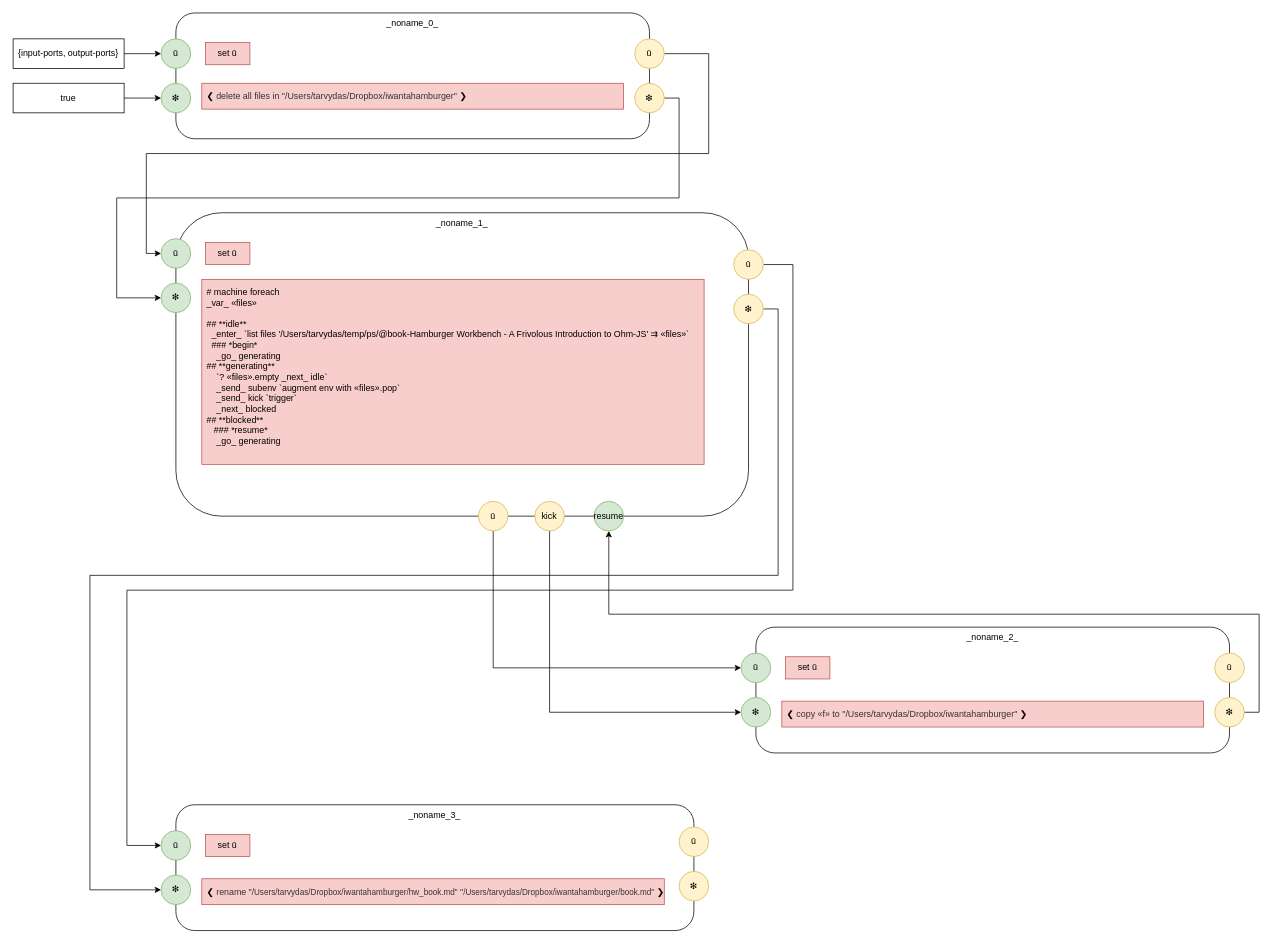
Before: page "4. foreach rewritten as markdown" (4 of 7) of app.drawio in guitarvydas/hamburgerworkbenchT0D, a draw.io diagram. Source tidied: cells renumbered, new cells numbered last; positions are measured from the earlier drawing's top-left corner, leaving out a move shared by most shapes. Both pictures are drawn from the tidied source at 74%, with x=0, y=0 at pixel (13, 13).
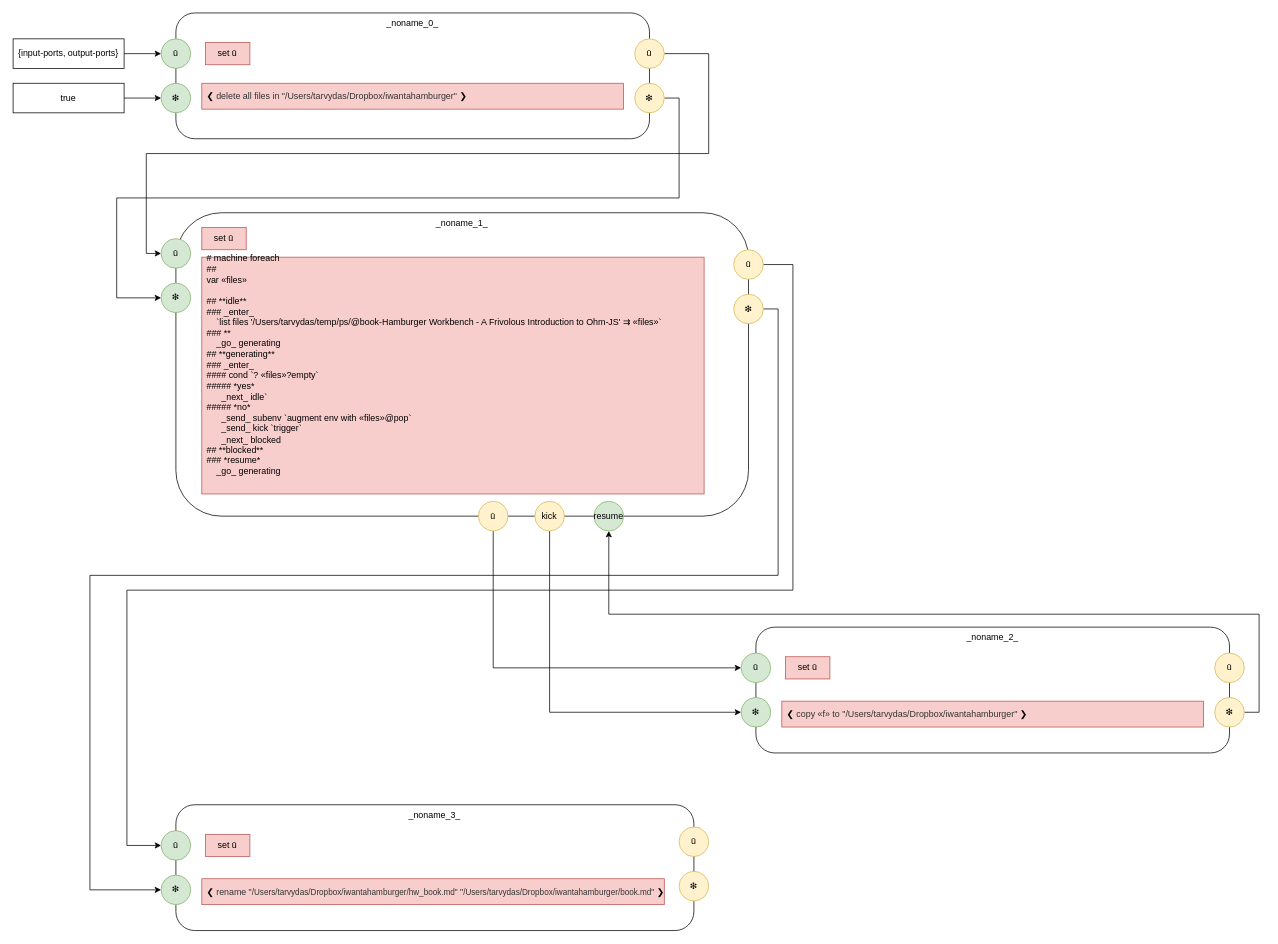
After the change.

Commit message (it also covers changes not shown here):
enter start state

The edit, as a diff of the source:
```diff
@@
-    <mxCell id="7" value="&lt;div&gt;# machine foreach&lt;/div&gt;&lt;div&gt;&lt;/div&gt;_var_ «files»&lt;div&gt;&lt;br&gt;&lt;/div&gt;&lt;div&gt;## **idle**&lt;/div&gt;&lt;div&gt;&amp;nbsp; _enter_ `list files '/Users/tarvydas/temp/ps/@book-Hamburger Workbench - A Frivolous Introduction to Ohm-JS' ⇉ «files»`&lt;br&gt;&lt;/div&gt;&lt;div&gt;&amp;nbsp; ### *begin*&lt;/div&gt;&lt;div&gt;&lt;span&gt;&amp;nbsp; &amp;nbsp; _go_ generating&lt;/span&gt;&lt;br&gt;&lt;/div&gt;&lt;div&gt;## **generating**&lt;/div&gt;&lt;div&gt;&amp;nbsp; &amp;nbsp; `? «files».empty _next_ idle`&lt;/div&gt;&lt;div&gt;&amp;nbsp; &amp;nbsp; _send_ subenv `augment env with «files».pop`&lt;/div&gt;&lt;div&gt;&amp;nbsp; &amp;nbsp; _send_ kick `trigger`&lt;/div&gt;&lt;div&gt;&amp;nbsp; &amp;nbsp; _next_ blocked&lt;/div&gt;&lt;div&gt;## **blocked**&lt;/div&gt;&lt;div&gt;&amp;nbsp; &amp;nbsp;### *resume*&lt;/div&gt;&lt;div&gt;&amp;nbsp; &amp;nbsp; _go_ generating&lt;/div&gt;&lt;div&gt;&lt;br&gt;&lt;/div&gt;" style="rounded=0;whiteSpace=wrap;html=1;align=left;fillColor=#f8cecc;strokeColor=#b85450;spacingLeft=5;" parent="1" vertex="1">
-      <mxGeometry x="255.2" y="360" width="678.8" height="250" as="geometry" />
+    <mxCell id="7" value="&lt;div&gt;&lt;div&gt;# machine foreach&lt;/div&gt;&lt;div&gt;##&amp;nbsp;&lt;/div&gt;&lt;div&gt;var «files»&lt;/div&gt;&lt;div&gt;&lt;br&gt;&lt;/div&gt;&lt;div&gt;## **idle**&lt;/div&gt;&lt;div&gt;### _enter_&lt;/div&gt;&lt;div&gt;&amp;nbsp; &amp;nbsp; `list files '/Users/tarvydas/temp/ps/@book-Hamburger Workbench - A Frivolous Introduction to Ohm-JS' ⇉ «files»`&lt;/div&gt;&lt;div&gt;### **&lt;/div&gt;&lt;div&gt;&amp;nbsp; &amp;nbsp; _go_ generating&lt;/div&gt;&lt;div&gt;## **generating**&lt;/div&gt;&lt;div&gt;### _enter_&lt;/div&gt;&lt;div&gt;#### cond `? «files»?empty`&lt;/div&gt;&lt;div&gt;##### *yes*&lt;/div&gt;&lt;div&gt;&amp;nbsp; &amp;nbsp; &amp;nbsp; _next_ idle`&lt;/div&gt;&lt;div&gt;##### *no*&lt;/div&gt;&lt;div&gt;&amp;nbsp; &amp;nbsp; &amp;nbsp; _send_ subenv `augment env with «files»@pop`&lt;/div&gt;&lt;div&gt;&amp;nbsp; &amp;nbsp; &amp;nbsp; _send_ kick `trigger`&lt;/div&gt;&lt;div&gt;&amp;nbsp; &amp;nbsp; &amp;nbsp; _next_ blocked&lt;/div&gt;&lt;div&gt;## **blocked**&lt;/div&gt;&lt;div&gt;### *resume*&lt;/div&gt;&lt;div&gt;&amp;nbsp; &amp;nbsp; _go_ generating&lt;/div&gt;&lt;div&gt;&lt;br&gt;&lt;/div&gt;&lt;div&gt;&lt;br&gt;&lt;/div&gt;&lt;/div&gt;" style="rounded=0;whiteSpace=wrap;html=1;align=left;fillColor=#f8cecc;strokeColor=#b85450;spacingLeft=5;" parent="1" vertex="1">
+      <mxGeometry x="255.2" y="330" width="678.8" height="320" as="geometry" />
     </mxCell>
@@
     <mxCell id="23" value="set ū" style="rounded=0;whiteSpace=wrap;html=1;align=center;fillColor=#f8cecc;strokeColor=#b85450;" parent="1" vertex="1">
-      <mxGeometry x="260.2" y="310" width="60" height="30" as="geometry" />
+      <mxGeometry x="255.2" y="290" width="60" height="30" as="geometry" />
     </mxCell>
```
